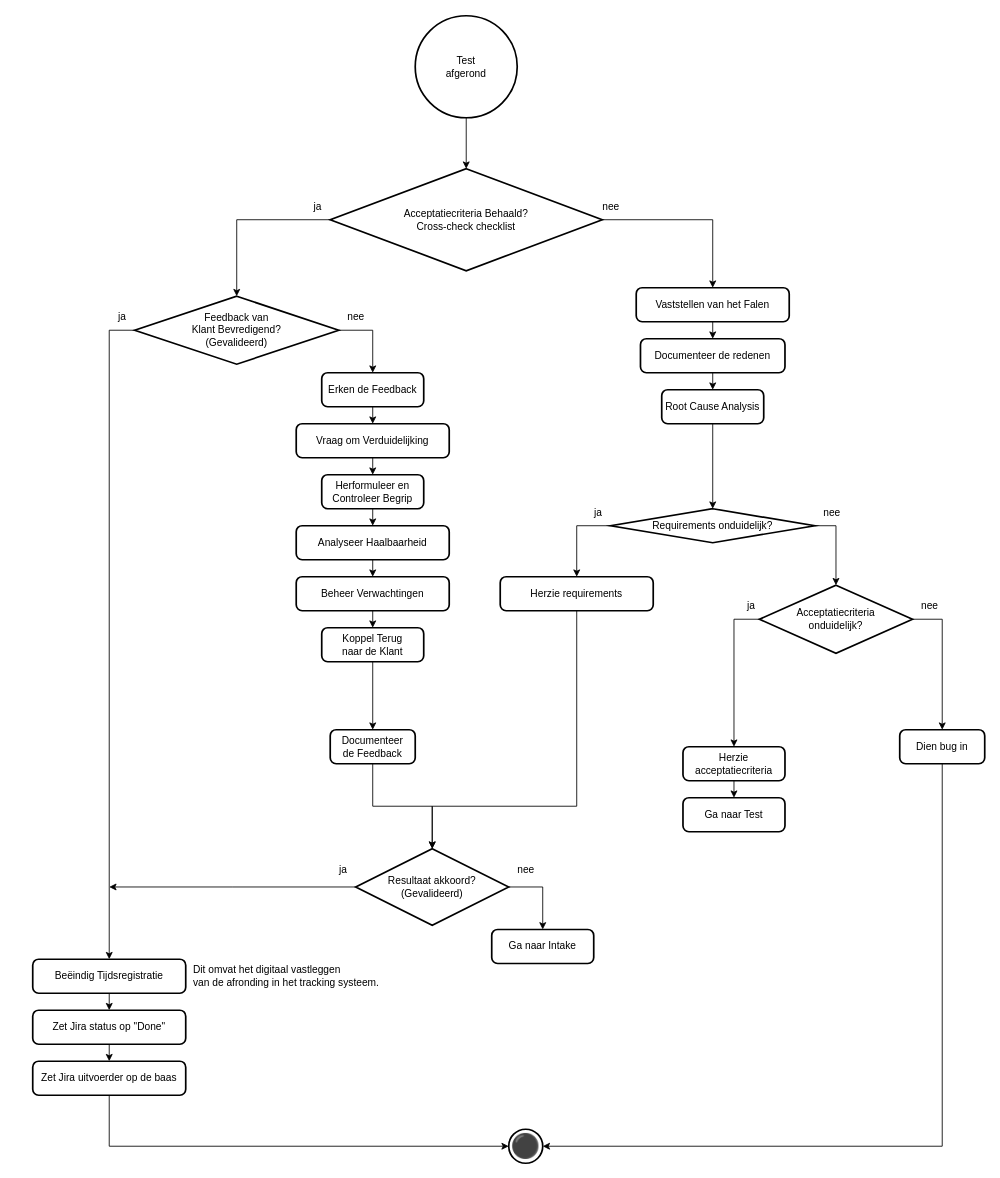
Above: 6 Issue Tracker review.drawio in Zaibatsu89/IssueTracker (draw.io), before the change. Source tidied: cells renumbered, new cells numbered last; positions are measured from the earlier drawing's top-left corner, leaving out a move shared by most shapes. Both pictures are drawn from the tidied source at 85%, with x=0, y=0 at pixel (32, 15).
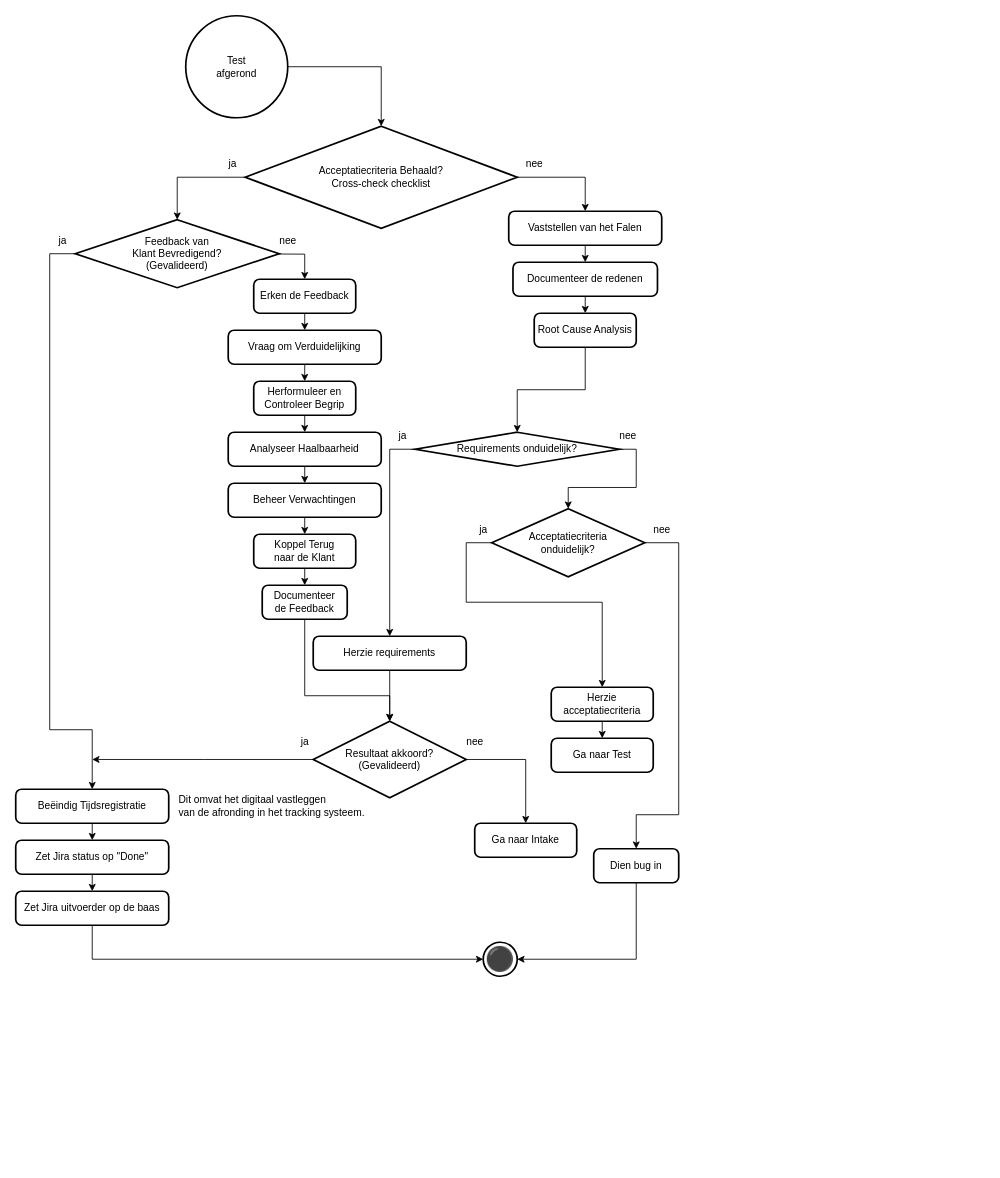
After the change.

Commit message:
Wijzig oriëntatie naar portret in review flowchart

What changed in the source:
```diff
@@
     <mxCell id="2" style="edgeStyle=orthogonalEdgeStyle;rounded=0;jettySize=auto;html=1;" parent="1" edge="1" source="3" target="5">
-      <mxGeometry relative="1" as="geometry" />
+      <mxGeometry relative="1" as="geometry">
+        <Array as="points">
+          <mxPoint x="410" y="60" />
+        </Array>
+      </mxGeometry>
     </mxCell>
     <mxCell id="3" value="Test&lt;div&gt;afgerond&lt;/div&gt;" style="strokeWidth=2;html=1;shape=mxgraph.flowchart.start_2;whiteSpace=wrap;" parent="1" vertex="1">
-      <mxGeometry x="450" width="120" height="120" as="geometry" />
+      <mxGeometry x="180" width="120" height="120" as="geometry" />
     </mxCell>
@@
     <mxCell id="5" value="Acceptatiecriteria Behaald?&lt;br&gt;Cross-check checklist" style="strokeWidth=2;html=1;shape=mxgraph.flowchart.decision;whiteSpace=wrap;" parent="1" vertex="1">
-      <mxGeometry x="350" y="180" width="320" height="120" as="geometry" />
+      <mxGeometry x="250" y="130" width="320" height="120" as="geometry" />
     </mxCell>
@@
     <mxCell id="7" value="Vaststellen van het Falen" style="rounded=1;whiteSpace=wrap;html=1;absoluteArcSize=1;arcSize=14;strokeWidth=2;" parent="1" vertex="1">
-      <mxGeometry x="710" y="320" width="180" height="40" as="geometry" />
+      <mxGeometry x="560" y="230" width="180" height="40" as="geometry" />
     </mxCell>
     <mxCell id="8" value="ja" style="text;html=1;align=center;verticalAlign=middle;strokeColor=none;fillColor=none;" parent="1" vertex="1">
-      <mxGeometry x="320" y="210" width="30" height="30" as="geometry" />
+      <mxGeometry x="220" y="160" width="30" height="30" as="geometry" />
     </mxCell>
@@
     <mxCell id="10" value="Documenteer de redenen" style="rounded=1;whiteSpace=wrap;html=1;absoluteArcSize=1;arcSize=14;strokeWidth=2;" parent="1" vertex="1">
-      <mxGeometry x="715" y="380" width="170" height="40" as="geometry" />
+      <mxGeometry x="565" y="290" width="170" height="40" as="geometry" />
     </mxCell>
-    <mxCell id="11" style="edgeStyle=orthogonalEdgeStyle;rounded=0;jettySize=auto;html=1;exitX=1;exitY=0.5;exitDx=0;exitDy=0;exitPerimeter=0;entryX=0.5;entryY=0;entryDx=0;entryDy=0;" parent="1" edge="1" source="13" target="16">
-      <mxGeometry relative="1" as="geometry" />
+    <mxCell id="11" style="edgeStyle=orthogonalEdgeStyle;rounded=0;jettySize=auto;html=1;exitX=1;exitY=0.5;exitDx=0;exitDy=0;exitPerimeter=0;entryX=0.5;entryY=0;entryDx=0;entryDy=0;" parent="1" edge="1" target="16">
+      <mxGeometry relative="1" as="geometry">
+        <mxPoint x="230" y="280" as="sourcePoint" />
+      </mxGeometry>
     </mxCell>
     <mxCell id="12" style="edgeStyle=orthogonalEdgeStyle;rounded=0;jettySize=auto;html=1;exitX=0;exitY=0.5;exitDx=0;exitDy=0;exitPerimeter=0;entryX=0.5;entryY=0;entryDx=0;entryDy=0;" parent="1" edge="1" source="13" target="18">
-      <mxGeometry relative="1" as="geometry" />
+      <mxGeometry relative="1" as="geometry">
+        <Array as="points">
+          <mxPoint x="20" y="280" />
+          <mxPoint x="20" y="840" />
+          <mxPoint x="70" y="840" />
+        </Array>
+      </mxGeometry>
     </mxCell>
     <mxCell id="13" value="Feedback van&lt;br&gt;Klant Bevredigend?&lt;br&gt;(Gevalideerd)" style="strokeWidth=2;html=1;shape=mxgraph.flowchart.decision;whiteSpace=wrap;" parent="1" vertex="1">
-      <mxGeometry x="120" y="330" width="240" height="80" as="geometry" />
+      <mxGeometry x="50" y="240" width="240" height="80" as="geometry" />
     </mxCell>
     <mxCell id="14" value="nee" style="text;html=1;align=center;verticalAlign=middle;strokeColor=none;fillColor=none;" parent="1" vertex="1">
-      <mxGeometry x="660" y="210" width="40" height="30" as="geometry" />
+      <mxGeometry x="570" y="160" width="40" height="30" as="geometry" />
     </mxCell>
-    <mxCell id="15" style="edgeStyle=orthogonalEdgeStyle;rounded=0;jettySize=auto;html=1;exitX=0.5;exitY=1;exitDx=0;exitDy=0;entryX=0.5;entryY=0;entryDx=0;entryDy=0;" parent="1" edge="1" source="16">
-      <mxGeometry relative="1" as="geometry">
-        <mxPoint x="400" y="480" as="targetPoint" />
-      </mxGeometry>
-    </mxCell>
+    <mxCell id="65" style="edgeStyle=orthogonalEdgeStyle;rounded=0;jettySize=auto;html=1;exitX=0.5;exitY=1;exitDx=0;exitDy=0;entryX=0.5;entryY=0;entryDx=0;entryDy=0;" parent="1" edge="1" source="16" target="41">
+      <mxGeometry relative="1" as="geometry" />
+    </mxCell>
     <mxCell id="16" value="Erken de Feedback" style="rounded=1;whiteSpace=wrap;html=1;absoluteArcSize=1;arcSize=14;strokeWidth=2;" parent="1" vertex="1">
-      <mxGeometry x="340" y="420" width="120" height="40" as="geometry" />
+      <mxGeometry x="260" y="310" width="120" height="40" as="geometry" />
     </mxCell>
@@
     <mxCell id="18" value="Beëindig Tijdsregistratie" style="rounded=1;whiteSpace=wrap;html=1;absoluteArcSize=1;arcSize=14;strokeWidth=2;" parent="1" vertex="1">
-      <mxGeometry y="1110" width="180" height="40" as="geometry" />
+      <mxGeometry x="-20" y="910" width="180" height="40" as="geometry" />
     </mxCell>
     <mxCell id="19" value="nee" style="text;html=1;align=center;verticalAlign=middle;strokeColor=none;fillColor=none;" parent="1" vertex="1">
-      <mxGeometry x="360" y="340" width="40" height="30" as="geometry" />
+      <mxGeometry x="280" y="250" width="40" height="30" as="geometry" />
     </mxCell>
     <mxCell id="20" value="⚫" style="strokeWidth=2;html=1;shape=mxgraph.flowchart.start_2;whiteSpace=wrap;fontSize=28;" parent="1" vertex="1">
-      <mxGeometry x="560" y="1310" width="40" height="40" as="geometry" />
+      <mxGeometry x="530" y="1090" width="40" height="40" as="geometry" />
     </mxCell>
@@
     <mxCell id="22" value="Zet Jira status op &quot;Done&quot;" style="rounded=1;whiteSpace=wrap;html=1;absoluteArcSize=1;arcSize=14;strokeWidth=2;" parent="1" vertex="1">
-      <mxGeometry y="1170" width="180" height="40" as="geometry" />
+      <mxGeometry x="-20" y="970" width="180" height="40" as="geometry" />
     </mxCell>
     <mxCell id="23" value="Zet Jira uitvoerder op de baas" style="rounded=1;whiteSpace=wrap;html=1;absoluteArcSize=1;arcSize=14;strokeWidth=2;" parent="1" vertex="1">
-      <mxGeometry y="1230" width="180" height="40" as="geometry" />
+      <mxGeometry x="-20" y="1030" width="180" height="40" as="geometry" />
     </mxCell>
     <mxCell id="24" value="Root Cause Analysis" style="rounded=1;whiteSpace=wrap;html=1;absoluteArcSize=1;arcSize=14;strokeWidth=2;" parent="1" vertex="1">
-      <mxGeometry x="740" y="440" width="120" height="40" as="geometry" />
+      <mxGeometry x="590" y="350" width="120" height="40" as="geometry" />
     </mxCell>
@@
     <mxCell id="26" value="Requirements onduidelijk?" style="strokeWidth=2;html=1;shape=mxgraph.flowchart.decision;whiteSpace=wrap;" parent="1" vertex="1">
-      <mxGeometry x="680" y="580" width="240" height="40" as="geometry" />
+      <mxGeometry x="450" y="490" width="240" height="40" as="geometry" />
     </mxCell>
@@
     <mxCell id="28" value="Herzie requirements" style="rounded=1;whiteSpace=wrap;html=1;absoluteArcSize=1;arcSize=14;strokeWidth=2;" parent="1" vertex="1">
-      <mxGeometry x="550" y="660" width="180" height="40" as="geometry" />
+      <mxGeometry x="330" y="730" width="180" height="40" as="geometry" />
     </mxCell>
     <mxCell id="29" style="edgeStyle=orthogonalEdgeStyle;rounded=0;jettySize=auto;html=1;exitX=1;exitY=0.5;exitDx=0;exitDy=0;exitPerimeter=0;entryX=0.5;entryY=0;entryDx=0;entryDy=0;" parent="1" edge="1" source="31" target="36">
-      <mxGeometry relative="1" as="geometry" />
+      <mxGeometry relative="1" as="geometry">
+        <Array as="points">
+          <mxPoint x="760" y="620" />
+          <mxPoint x="760" y="940" />
+          <mxPoint x="710" y="940" />
+        </Array>
+      </mxGeometry>
     </mxCell>
     <mxCell id="30" style="edgeStyle=orthogonalEdgeStyle;rounded=0;jettySize=auto;html=1;entryX=0.5;entryY=0;entryDx=0;entryDy=0;exitX=0;exitY=0.5;exitDx=0;exitDy=0;exitPerimeter=0;" parent="1" edge="1" source="31" target="35">
-      <mxGeometry relative="1" as="geometry" />
+      <mxGeometry relative="1" as="geometry">
+        <Array as="points">
+          <mxPoint x="510" y="620" />
+          <mxPoint x="510" y="690" />
+          <mxPoint x="670" y="690" />
+        </Array>
+      </mxGeometry>
     </mxCell>
     <mxCell id="31" value="Acceptatiecriteria&lt;br&gt;onduidelijk?" style="strokeWidth=2;html=1;shape=mxgraph.flowchart.decision;whiteSpace=wrap;" parent="1" vertex="1">
-      <mxGeometry x="855" y="670" width="180" height="80" as="geometry" />
+      <mxGeometry x="540" y="580" width="180" height="80" as="geometry" />
     </mxCell>
     <mxCell id="32" value="nee" style="text;html=1;align=center;verticalAlign=middle;strokeColor=none;fillColor=none;" parent="1" vertex="1">
-      <mxGeometry x="920" y="570" width="40" height="30" as="geometry" />
+      <mxGeometry x="680" y="480" width="40" height="30" as="geometry" />
     </mxCell>
     <mxCell id="33" value="ja" style="text;html=1;align=center;verticalAlign=middle;strokeColor=none;fillColor=none;" parent="1" vertex="1">
-      <mxGeometry x="650" y="570" width="30" height="30" as="geometry" />
+      <mxGeometry x="420" y="480" width="30" height="30" as="geometry" />
     </mxCell>
@@
     <mxCell id="35" value="Herzie&lt;br&gt;acceptatiecriteria" style="rounded=1;whiteSpace=wrap;html=1;absoluteArcSize=1;arcSize=14;strokeWidth=2;" parent="1" vertex="1">
-      <mxGeometry x="765" y="860" width="120" height="40" as="geometry" />
+      <mxGeometry x="610" y="790" width="120" height="40" as="geometry" />
     </mxCell>
     <mxCell id="36" value="Dien bug in" style="rounded=1;whiteSpace=wrap;html=1;absoluteArcSize=1;arcSize=14;strokeWidth=2;" parent="1" vertex="1">
-      <mxGeometry x="1020" y="840" width="100" height="40" as="geometry" />
+      <mxGeometry x="660" y="980" width="100" height="40" as="geometry" />
     </mxCell>
     <mxCell id="37" value="Ga naar Test" style="rounded=1;whiteSpace=wrap;html=1;absoluteArcSize=1;arcSize=14;strokeWidth=2;" parent="1" vertex="1">
-      <mxGeometry x="765" y="920" width="120" height="40" as="geometry" />
+      <mxGeometry x="610" y="850" width="120" height="40" as="geometry" />
     </mxCell>
     <mxCell id="38" value="ja" style="text;html=1;align=center;verticalAlign=middle;strokeColor=none;fillColor=none;" parent="1" vertex="1">
-      <mxGeometry x="830" y="680" width="30" height="30" as="geometry" />
+      <mxGeometry x="515" y="590" width="30" height="30" as="geometry" />
     </mxCell>
     <mxCell id="39" value="nee" style="text;html=1;align=center;verticalAlign=middle;strokeColor=none;fillColor=none;" parent="1" vertex="1">
-      <mxGeometry x="1035" y="680" width="40" height="30" as="geometry" />
+      <mxGeometry x="720" y="590" width="40" height="30" as="geometry" />
     </mxCell>
@@
     <mxCell id="41" value="Vraag om Verduidelijking" style="rounded=1;whiteSpace=wrap;html=1;absoluteArcSize=1;arcSize=14;strokeWidth=2;" parent="1" vertex="1">
-      <mxGeometry x="310" y="480" width="180" height="40" as="geometry" />
+      <mxGeometry x="230" y="370" width="180" height="40" as="geometry" />
     </mxCell>
-    <mxCell id="42" style="edgeStyle=orthogonalEdgeStyle;rounded=0;jettySize=auto;html=1;exitX=0.5;exitY=1;exitDx=0;exitDy=0;entryX=0.5;entryY=0;entryDx=0;entryDy=0;" parent="1" edge="1" source="43">
-      <mxGeometry relative="1" as="geometry">
-        <mxPoint x="400" y="600" as="targetPoint" />
-      </mxGeometry>
-    </mxCell>
+    <mxCell id="66" style="edgeStyle=orthogonalEdgeStyle;rounded=0;jettySize=auto;html=1;exitX=0.5;exitY=1;exitDx=0;exitDy=0;entryX=0.5;entryY=0;entryDx=0;entryDy=0;" parent="1" edge="1" source="43" target="45">
+      <mxGeometry relative="1" as="geometry" />
+    </mxCell>
     <mxCell id="43" value="Herformuleer en Controleer Begrip" style="rounded=1;whiteSpace=wrap;html=1;absoluteArcSize=1;arcSize=14;strokeWidth=2;" parent="1" vertex="1">
-      <mxGeometry x="340" y="540" width="120" height="40" as="geometry" />
+      <mxGeometry x="260" y="430" width="120" height="40" as="geometry" />
     </mxCell>
-    <mxCell id="44" style="edgeStyle=orthogonalEdgeStyle;rounded=0;orthogonalLoop=1;jettySize=auto;html=1;exitX=0.5;exitY=1;exitDx=0;exitDy=0;entryX=0.5;entryY=0;entryDx=0;entryDy=0;" parent="1" edge="1">
-      <mxGeometry relative="1" as="geometry">
-        <mxPoint x="400" y="640" as="sourcePoint" />
-        <mxPoint x="400" y="660" as="targetPoint" />
-      </mxGeometry>
-    </mxCell>
+    <mxCell id="67" style="edgeStyle=orthogonalEdgeStyle;rounded=0;jettySize=auto;html=1;exitX=0.5;exitY=1;exitDx=0;exitDy=0;entryX=0.5;entryY=0;entryDx=0;entryDy=0;" parent="1" edge="1" source="45" target="47">
+      <mxGeometry relative="1" as="geometry" />
+    </mxCell>
     <mxCell id="45" value="Analyseer Haalbaarheid" style="rounded=1;whiteSpace=wrap;html=1;absoluteArcSize=1;arcSize=14;strokeWidth=2;" parent="1" vertex="1">
-      <mxGeometry x="310" y="600" width="180" height="40" as="geometry" />
+      <mxGeometry x="230" y="490" width="180" height="40" as="geometry" />
     </mxCell>
@@
     <mxCell id="47" value="Beheer Verwachtingen" style="rounded=1;whiteSpace=wrap;html=1;absoluteArcSize=1;arcSize=14;strokeWidth=2;" parent="1" vertex="1">
-      <mxGeometry x="310" y="660" width="180" height="40" as="geometry" />
+      <mxGeometry x="230" y="550" width="180" height="40" as="geometry" />
     </mxCell>
@@
     <mxCell id="49" value="Koppel Terug&lt;br&gt;naar de Klant" style="rounded=1;whiteSpace=wrap;html=1;absoluteArcSize=1;arcSize=14;strokeWidth=2;" parent="1" vertex="1">
-      <mxGeometry x="340" y="720" width="120" height="40" as="geometry" />
+      <mxGeometry x="260" y="610" width="120" height="40" as="geometry" />
     </mxCell>
     <mxCell id="50" value="Documenteer&lt;br&gt;de Feedback" style="rounded=1;whiteSpace=wrap;html=1;absoluteArcSize=1;arcSize=14;strokeWidth=2;" parent="1" vertex="1">
-      <mxGeometry x="350" y="840" width="100" height="40" as="geometry" />
+      <mxGeometry x="270" y="670" width="100" height="40" as="geometry" />
     </mxCell>
@@
     <mxCell id="52" style="edgeStyle=orthogonalEdgeStyle;rounded=0;jettySize=auto;html=1;" parent="1" edge="1" source="53">
       <mxGeometry relative="1" as="geometry">
-        <mxPoint x="90" y="1025" as="targetPoint" />
+        <mxPoint x="70" y="875" as="targetPoint" />
       </mxGeometry>
     </mxCell>
     <mxCell id="53" value="Resultaat akkoord? (Gevalideerd)" style="strokeWidth=2;html=1;shape=mxgraph.flowchart.decision;whiteSpace=wrap;" parent="1" vertex="1">
-      <mxGeometry x="380" y="980" width="180" height="90" as="geometry" />
+      <mxGeometry x="330" y="830" width="180" height="90" as="geometry" />
     </mxCell>
     <mxCell id="54" value="nee" style="text;html=1;align=center;verticalAlign=middle;strokeColor=none;fillColor=none;" parent="1" vertex="1">
-      <mxGeometry x="560" y="990" width="40" height="30" as="geometry" />
+      <mxGeometry x="500" y="840" width="40" height="30" as="geometry" />
     </mxCell>
     <mxCell id="55" value="Ga naar Intake" style="rounded=1;whiteSpace=wrap;html=1;absoluteArcSize=1;arcSize=14;strokeWidth=2;" parent="1" vertex="1">
-      <mxGeometry x="540" y="1075" width="120" height="40" as="geometry" />
+      <mxGeometry x="520" y="950" width="120" height="40" as="geometry" />
     </mxCell>
     <mxCell id="56" value="ja" style="text;html=1;align=center;verticalAlign=middle;strokeColor=none;fillColor=none;" parent="1" vertex="1">
-      <mxGeometry x="350" y="990" width="30" height="30" as="geometry" />
+      <mxGeometry x="305" y="840" width="30" height="30" as="geometry" />
     </mxCell>
     <mxCell id="57" style="edgeStyle=orthogonalEdgeStyle;rounded=0;jettySize=auto;html=1;exitX=0.5;exitY=1;exitDx=0;exitDy=0;entryX=0.5;entryY=0;entryDx=0;entryDy=0;entryPerimeter=0;" parent="1" edge="1" source="28" target="53">
       <mxGeometry relative="1" as="geometry">
         <Array as="points">
-          <mxPoint x="640" y="930" />
-          <mxPoint x="470" y="930" />
+          <mxPoint x="420" y="810" />
+          <mxPoint x="420" y="810" />
         </Array>
       </mxGeometry>
     </mxCell>
     <mxCell id="58" value="Dit omvat het digitaal vastleggen&lt;br&gt;van de afronding in het tracking systeem." style="text;html=1;align=left;verticalAlign=middle;strokeColor=none;fillColor=none;" parent="1" vertex="1">
-      <mxGeometry x="187" y="1115" width="270" height="30" as="geometry" />
+      <mxGeometry x="170" y="915" width="270" height="30" as="geometry" />
     </mxCell>
@@
     <mxCell id="60" style="edgeStyle=orthogonalEdgeStyle;rounded=0;jettySize=auto;html=1;entryX=1;entryY=0.5;entryDx=0;entryDy=0;entryPerimeter=0;" parent="1" edge="1" source="36" target="20">
       <mxGeometry relative="1" as="geometry">
         <Array as="points">
-          <mxPoint x="1070" y="1330" />
+          <mxPoint x="710" y="1110" />
         </Array>
       </mxGeometry>
     </mxCell>
@@
     <mxCell id="62" value="ja" style="text;html=1;align=center;verticalAlign=middle;strokeColor=none;fillColor=none;" parent="1" vertex="1">
-      <mxGeometry x="90" y="340" width="30" height="30" as="geometry" />
+      <mxGeometry x="20" y="250" width="30" height="30" as="geometry" />
     </mxCell>
     <mxCell id="63" style="edgeStyle=orthogonalEdgeStyle;rounded=0;jettySize=auto;html=1;exitX=0.5;exitY=1;exitDx=0;exitDy=0;entryX=0.5;entryY=0;entryDx=0;entryDy=0;entryPerimeter=0;" parent="1" edge="1" source="50" target="53">
       <mxGeometry relative="1" as="geometry">
         <Array as="points">
-          <mxPoint x="400" y="930" />
-          <mxPoint x="470" y="930" />
+          <mxPoint x="320" y="800" />
+          <mxPoint x="420" y="800" />
         </Array>
       </mxGeometry>
     </mxCell>
     <mxCell id="64" style="edgeStyle=orthogonalEdgeStyle;rounded=0;jettySize=auto;html=1;entryX=0;entryY=0.5;entryDx=0;entryDy=0;entryPerimeter=0;" parent="1" edge="1" source="23" target="20">
       <mxGeometry relative="1" as="geometry">
         <Array as="points">
-          <mxPoint x="90" y="1330" />
+          <mxPoint x="70" y="1110" />
         </Array>
       </mxGeometry>
     </mxCell>
```
